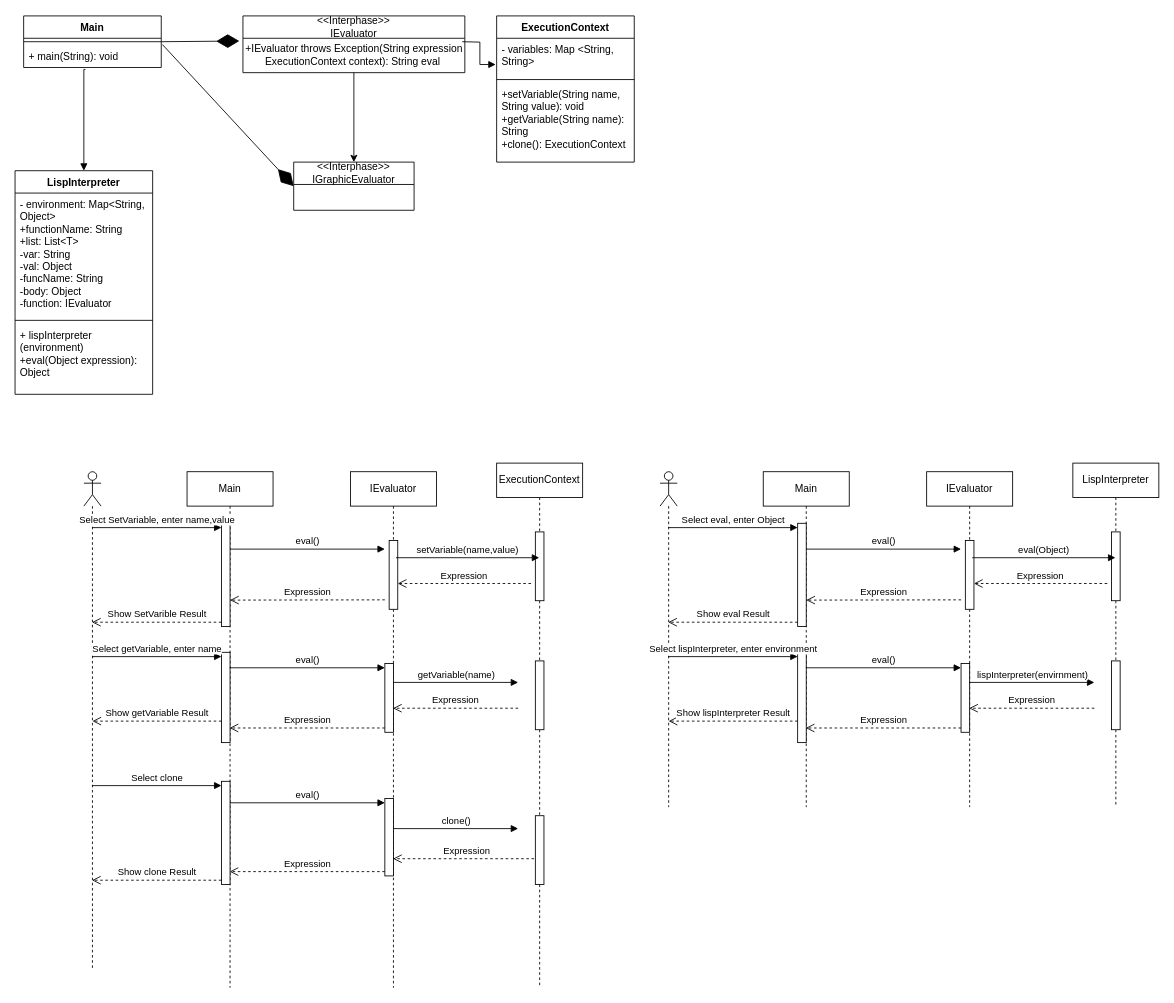
NESHGP04/Proyecto-1-S3-Algoritmos keeps this draw.io diagram as Diagrama sin título.drawio. Above is the earlier version. Source tidied: cells renumbered, new cells numbered last; positions are measured from the earlier drawing's top-left corner, leaving out a move shared by most shapes. Both pictures are drawn from the tidied source at 86%, with x=0, y=0 at pixel (15, 15).
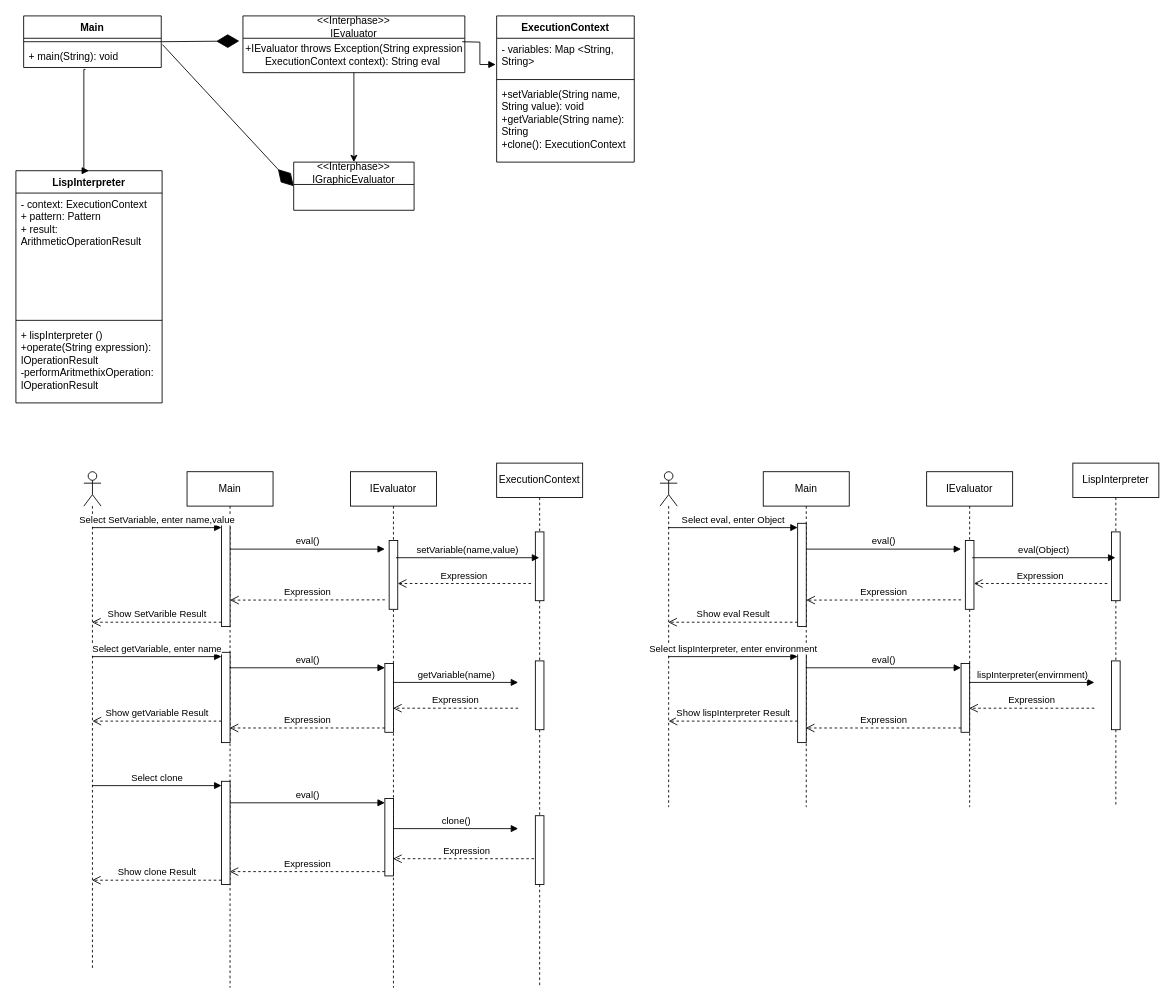
After the change.

What changed in the source:
```diff
@@
     <mxCell id="5" value="LispInterpreter" style="swimlane;fontStyle=1;align=center;verticalAlign=top;horizontal=1;startSize=26;whiteSpace=wrap;html=1;" parent="1" vertex="1">
-      <mxGeometry y="180" width="160" height="260" as="geometry" />
+      <mxGeometry x="1" y="180" width="170" height="270" as="geometry" />
     </mxCell>
-    <mxCell id="6" value="- environment: Map&amp;lt;String, Object&amp;gt;&lt;br&gt;+functionName: String&lt;br style=&quot;border-color: var(--border-color);&quot;&gt;&lt;span style=&quot;border-color: var(--border-color);&quot;&gt;+list: List&amp;lt;T&amp;gt;&lt;/span&gt;&lt;br style=&quot;border-color: var(--border-color);&quot;&gt;&lt;div style=&quot;border-color: var(--border-color);&quot;&gt;&lt;span style=&quot;border-color: var(--border-color); background-color: initial;&quot;&gt;-var: String&lt;/span&gt;&lt;/div&gt;&lt;div style=&quot;border-color: var(--border-color);&quot;&gt;&lt;span style=&quot;border-color: var(--border-color); background-color: initial;&quot;&gt;-val: Object&lt;/span&gt;&lt;/div&gt;&lt;div style=&quot;border-color: var(--border-color);&quot;&gt;&lt;span style=&quot;border-color: var(--border-color); background-color: initial;&quot;&gt;-funcName: String&lt;/span&gt;&lt;/div&gt;&lt;div style=&quot;border-color: var(--border-color);&quot;&gt;&lt;span style=&quot;border-color: var(--border-color); background-color: initial;&quot;&gt;-body: Object&lt;/span&gt;&lt;/div&gt;&lt;div style=&quot;border-color: var(--border-color);&quot;&gt;&lt;span style=&quot;border-color: var(--border-color); background-color: initial;&quot;&gt;-function: IEvaluator&lt;/span&gt;&lt;/div&gt;" style="text;strokeColor=none;fillColor=none;align=left;verticalAlign=top;spacingLeft=4;spacingRight=4;overflow=hidden;whiteSpace=wrap;html=1;" parent="5" vertex="1">
-      <mxGeometry y="26" width="160" height="144" as="geometry" />
+    <mxCell id="6" value="- context: ExecutionContext&lt;br&gt;+ pattern: Pattern&lt;br&gt;+ result: ArithmeticOperationResult" style="text;strokeColor=none;fillColor=none;align=left;verticalAlign=top;spacingLeft=4;spacingRight=4;overflow=hidden;whiteSpace=wrap;html=1;" parent="5" vertex="1">
+      <mxGeometry y="26" width="170" height="144" as="geometry" />
     </mxCell>
     <mxCell id="7" style="line;strokeWidth=1;fillColor=none;align=left;verticalAlign=middle;spacingTop=-1;spacingLeft=3;spacingRight=3;labelPosition=right;strokeColor=inherit;" parent="5" vertex="1">
-      <mxGeometry y="170" width="160" height="8" as="geometry" />
+      <mxGeometry y="170" width="170" height="8" as="geometry" />
     </mxCell>
-    <mxCell id="8" value="+ lispInterpreter (environment)&amp;nbsp;&lt;br&gt;+eval(Object expression): Object" style="text;strokeColor=none;fillColor=none;align=left;verticalAlign=top;spacingLeft=4;spacingRight=4;overflow=hidden;whiteSpace=wrap;html=1;" parent="5" vertex="1">
-      <mxGeometry y="178" width="160" height="82" as="geometry" />
+    <mxCell id="8" value="+ lispInterpreter ()&amp;nbsp;&lt;br&gt;+operate(String expression): IOperationResult&lt;br&gt;-performAritmethixOperation: IOperationResult" style="text;strokeColor=none;fillColor=none;align=left;verticalAlign=top;spacingLeft=4;spacingRight=4;overflow=hidden;whiteSpace=wrap;html=1;" parent="5" vertex="1">
+      <mxGeometry y="178" width="170" height="92" as="geometry" />
     </mxCell>
```
